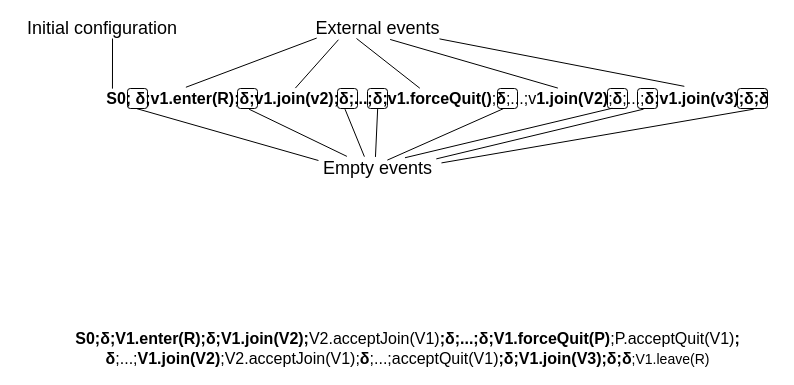
Earlier version of the draw.io diagram chemin.drawio (jpgros/site-web). Source tidied: cells renumbered, new cells numbered last; positions are measured from the earlier drawing's top-left corner, leaving out a move shared by most shapes. Both pictures are drawn from the tidied source at 100%, with x=0, y=0 at pixel (17, 18).
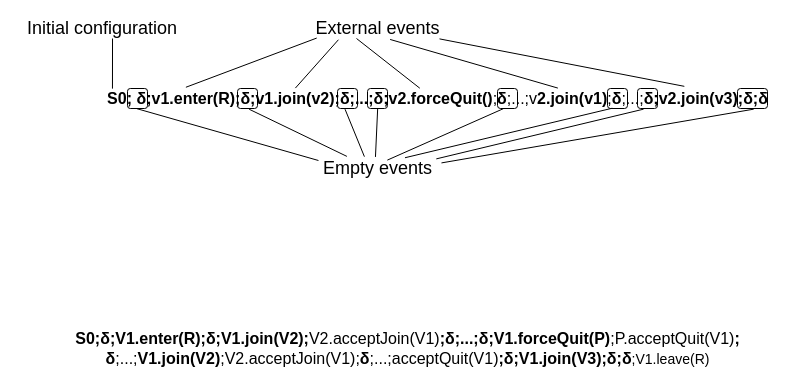
After the change.

What changed in the source:
```diff
@@
-    <mxCell id="10" value="&lt;font style=&quot;font-size: 16px&quot;&gt;&lt;b&gt;S0; δ;v1.enter(R);δ;v1.join(v2);&lt;/b&gt;&lt;b&gt;δ;...;δ;v1.forceQuit()&lt;/b&gt;;&lt;b&gt;δ&lt;/b&gt;;...;v&lt;b&gt;1.join(V2)&lt;/b&gt;;&lt;b&gt;δ&lt;/b&gt;;...;&lt;b&gt;δ;v1.join(v3);δ;δ&lt;/b&gt;&lt;/font&gt;" style="text;html=1;align=center;verticalAlign=middle;points=[];fontSize=14;" parent="1" vertex="1">
+    <mxCell id="10" value="&lt;font style=&quot;font-size: 16px&quot;&gt;&lt;b&gt;S0; δ;v1.enter(R);δ;v1.join(v2);&lt;/b&gt;&lt;b&gt;δ;...;δ;v2.forceQuit()&lt;/b&gt;;&lt;b&gt;δ&lt;/b&gt;;...;v&lt;b&gt;2.join(v1)&lt;/b&gt;;&lt;b&gt;δ&lt;/b&gt;;...;&lt;b&gt;δ;v2.join(v3);δ;δ&lt;/b&gt;&lt;/font&gt;" style="text;html=1;align=center;verticalAlign=middle;points=[];fontSize=14;" parent="1" vertex="1">
       <mxGeometry x="80" y="70" width="680" height="20" as="geometry" />
     </mxCell>
```
